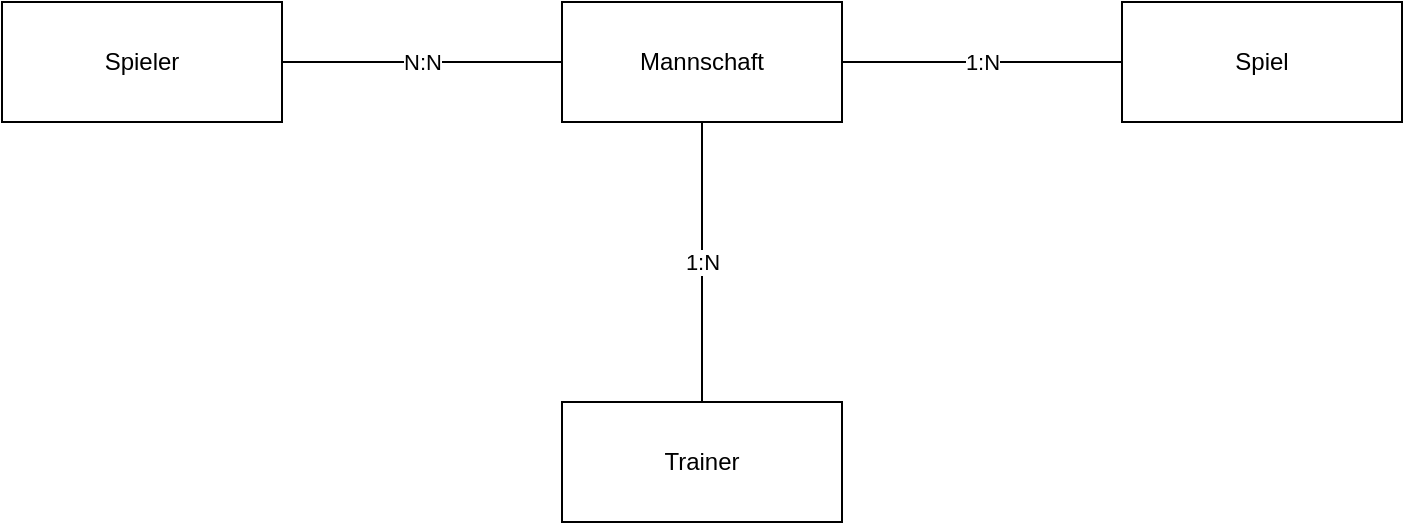
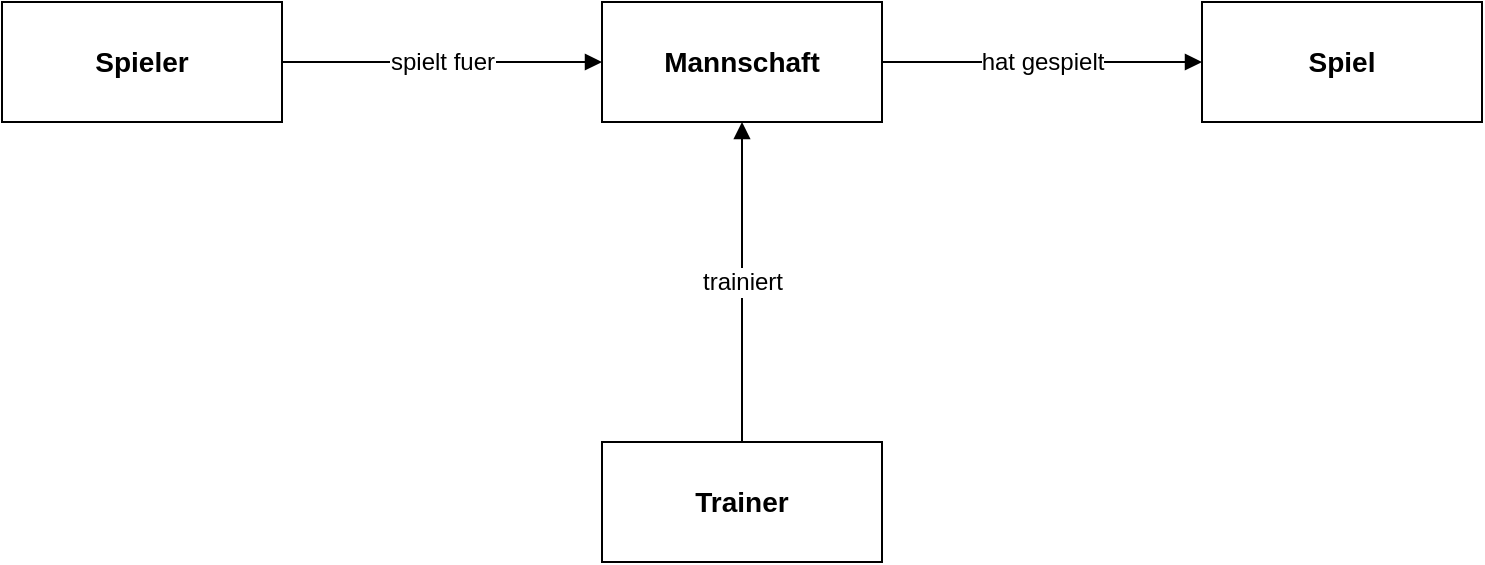
- <mxfile host="app.diagrams.net">
+ <mxfile host="app.diagrams.net" version="24.7.17">
  <diagram name="Konzeptionell" id="konzeptionell">
    <mxGraphModel dx="800" dy="600" grid="1" gridSize="10" guides="1" tooltips="1" connect="1" arrows="1" fold="1" page="1" pageScale="1" pageWidth="850" pageHeight="650" math="0" shadow="0">
      <root>
        <mxCell id="0" />
        <mxCell id="1" parent="0" />
-         <mxCell id="spieler" value="Spieler" style="rounded=0;whiteSpace=wrap;html=1;fillColor=none;strokeColor=#000000;" vertex="1" parent="1">
-           <mxGeometry x="40" y="80" width="140" height="60" as="geometry" />
+         <mxCell id="spieler" value="Spieler" style="rounded=0;whiteSpace=wrap;html=1;fillColor=none;strokeColor=#000000;fontColor=#000000;fontSize=14;fontStyle=1;align=center;verticalAlign=middle;" vertex="1" parent="1">
+           <mxGeometry x="40" y="100" width="140" height="60" as="geometry" />
        </mxCell>
-         <mxCell id="mannschaft" value="Mannschaft" style="rounded=0;whiteSpace=wrap;html=1;fillColor=none;strokeColor=#000000;" vertex="1" parent="1">
-           <mxGeometry x="320" y="80" width="140" height="60" as="geometry" />
+         <mxCell id="mannschaft" value="Mannschaft" style="rounded=0;whiteSpace=wrap;html=1;fillColor=none;strokeColor=#000000;fontColor=#000000;fontSize=14;fontStyle=1;align=center;verticalAlign=middle;" vertex="1" parent="1">
+           <mxGeometry x="340" y="100" width="140" height="60" as="geometry" />
        </mxCell>
-         <mxCell id="spiel" value="Spiel" style="rounded=0;whiteSpace=wrap;html=1;fillColor=none;strokeColor=#000000;" vertex="1" parent="1">
-           <mxGeometry x="600" y="80" width="140" height="60" as="geometry" />
+         <mxCell id="spiel" value="Spiel" style="rounded=0;whiteSpace=wrap;html=1;fillColor=none;strokeColor=#000000;fontColor=#000000;fontSize=14;fontStyle=1;align=center;verticalAlign=middle;" vertex="1" parent="1">
+           <mxGeometry x="640" y="100" width="140" height="60" as="geometry" />
        </mxCell>
-         <mxCell id="trainer" value="Trainer" style="rounded=0;whiteSpace=wrap;html=1;fillColor=none;strokeColor=#000000;" vertex="1" parent="1">
-           <mxGeometry x="320" y="280" width="140" height="60" as="geometry" />
+         <mxCell id="trainer" value="Trainer" style="rounded=0;whiteSpace=wrap;html=1;fillColor=none;strokeColor=#000000;fontColor=#000000;fontSize=14;fontStyle=1;align=center;verticalAlign=middle;" vertex="1" parent="1">
+           <mxGeometry x="340" y="320" width="140" height="60" as="geometry" />
        </mxCell>
-         <mxCell id="e1" value="N:N" style="edgeStyle=orthogonalEdgeStyle;rounded=0;html=1;endArrow=none;startArrow=none;strokeColor=#000000;" edge="1" parent="1" source="spieler" target="mannschaft">
+         <mxCell id="e1" value="spielt fuer" style="edgeStyle=orthogonalEdgeStyle;rounded=0;html=1;endArrow=block;startArrow=none;strokeColor=#000000;fontColor=#000000;fontSize=12;exitX=1;exitY=0.5;exitDx=0;exitDy=0;entryX=0;entryY=0.5;entryDx=0;entryDy=0;" edge="1" parent="1" source="spieler" target="mannschaft">
          <mxGeometry relative="1" as="geometry" />
        </mxCell>
-         <mxCell id="e2" value="1:N" style="edgeStyle=orthogonalEdgeStyle;rounded=0;html=1;endArrow=none;startArrow=none;strokeColor=#000000;" edge="1" parent="1" source="mannschaft" target="spiel">
+         <mxCell id="e2" value="hat gespielt" style="edgeStyle=orthogonalEdgeStyle;rounded=0;html=1;endArrow=block;startArrow=none;strokeColor=#000000;fontColor=#000000;fontSize=12;exitX=1;exitY=0.5;exitDx=0;exitDy=0;entryX=0;entryY=0.5;entryDx=0;entryDy=0;" edge="1" parent="1" source="mannschaft" target="spiel">
          <mxGeometry relative="1" as="geometry" />
        </mxCell>
-         <mxCell id="e3" value="1:N" style="edgeStyle=orthogonalEdgeStyle;rounded=0;html=1;endArrow=none;startArrow=none;strokeColor=#000000;" edge="1" parent="1" source="trainer" target="mannschaft">
+         <mxCell id="e3" value="trainiert" style="edgeStyle=orthogonalEdgeStyle;rounded=0;html=1;endArrow=block;startArrow=none;strokeColor=#000000;fontColor=#000000;fontSize=12;exitX=0.5;exitY=0;exitDx=0;exitDy=0;entryX=0.5;entryY=1;entryDx=0;entryDy=0;" edge="1" parent="1" source="trainer" target="mannschaft">
          <mxGeometry relative="1" as="geometry" />
        </mxCell>
      </root>
    </mxGraphModel>
  </diagram>
</mxfile>
